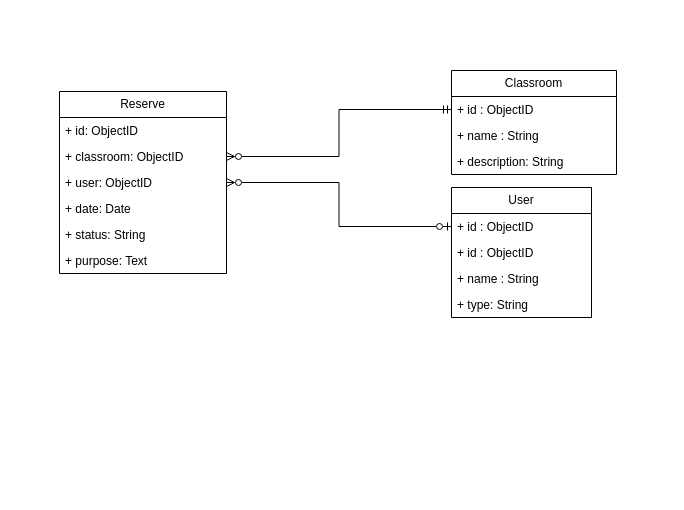
Before: docs/DataModel.drawio in Andr3xDev/ISIBook, a draw.io diagram. Source tidied: cells renumbered, new cells numbered last; positions are measured from the earlier drawing's top-left corner, leaving out a move shared by most shapes. Both pictures are drawn from the tidied source at 100%, with x=0, y=0 at pixel (59, 70).
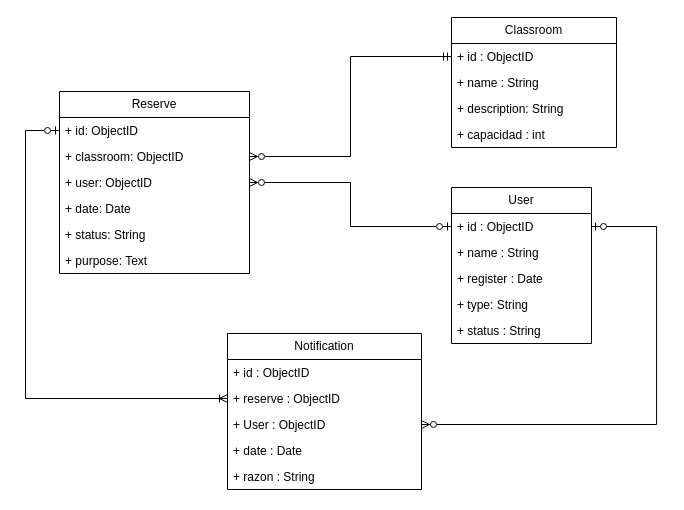
The same page after the edit.

Unchanged cells that the change refers to:
```xml
<mxCell id="7" value="&lt;div&gt;+ id : ObjectID&lt;/div&gt;" style="text;strokeColor=none;fillColor=none;align=left;verticalAlign=top;spacingLeft=4;spacingRight=4;overflow=hidden;points=[[0,0.5],[1,0.5]];portConstraint=eastwest;whiteSpace=wrap;html=1;labelBackgroundColor=none;rounded=0;" parent="6" vertex="1">
  <mxGeometry y="26" width="140" height="26" as="geometry" />
</mxCell>
```

What changed in the source:
```diff
@@
     <mxCell id="2" value="&lt;div&gt;Classroom&lt;/div&gt;" style="swimlane;fontStyle=0;horizontal=1;startSize=26;fillColor=none;whiteSpace=wrap;html=1;labelBackgroundColor=none;rounded=0;" parent="1" vertex="1">
-      <mxGeometry x="392" width="165" height="104" as="geometry" />
+      <mxGeometry x="392" y="-53" width="165" height="130" as="geometry" />
     </mxCell>
@@
+    <mxCell id="20" value="&lt;div&gt;+ capacidad : int&lt;/div&gt;" style="text;strokeColor=none;fillColor=none;align=left;verticalAlign=top;spacingLeft=4;spacingRight=4;overflow=hidden;whiteSpace=wrap;html=1;labelBackgroundColor=none;rounded=0;" parent="2" vertex="1">
+      <mxGeometry y="104" width="165" height="26" as="geometry" />
+    </mxCell>
     <mxCell id="6" value="&lt;div&gt;User&lt;/div&gt;" style="swimlane;fontStyle=0;horizontal=1;startSize=26;fillColor=none;whiteSpace=wrap;html=1;labelBackgroundColor=none;rounded=0;" parent="1" vertex="1">
-      <mxGeometry x="392" y="117" width="140" height="130" as="geometry" />
+      <mxGeometry x="392" y="117" width="140" height="156" as="geometry" />
     </mxCell>
@@
+    <mxCell id="9" value="+ name : String" style="text;strokeColor=none;fillColor=none;align=left;verticalAlign=top;spacingLeft=4;spacingRight=4;overflow=hidden;whiteSpace=wrap;html=1;labelBackgroundColor=none;rounded=0;" parent="6" vertex="1">
+      <mxGeometry y="52" width="140" height="26" as="geometry" />
+    </mxCell>
-    <mxCell id="8" value="&lt;div&gt;+ id : ObjectID&lt;/div&gt;" style="text;strokeColor=none;fillColor=none;align=left;verticalAlign=top;spacingLeft=4;spacingRight=4;overflow=hidden;whiteSpace=wrap;html=1;labelBackgroundColor=none;rounded=0;" parent="6" vertex="1">
-      <mxGeometry y="52" width="140" height="26" as="geometry" />
+    <mxCell id="8" value="&lt;div&gt;+ register : Date&lt;/div&gt;" style="text;strokeColor=none;fillColor=none;align=left;verticalAlign=top;spacingLeft=4;spacingRight=4;overflow=hidden;whiteSpace=wrap;html=1;labelBackgroundColor=none;rounded=0;" parent="6" vertex="1">
+      <mxGeometry y="78" width="140" height="26" as="geometry" />
     </mxCell>
-    <mxCell id="9" value="+ name : String" style="text;strokeColor=none;fillColor=none;align=left;verticalAlign=top;spacingLeft=4;spacingRight=4;overflow=hidden;whiteSpace=wrap;html=1;labelBackgroundColor=none;rounded=0;" parent="6" vertex="1">
-      <mxGeometry y="78" width="140" height="26" as="geometry" />
-    </mxCell>
@@
+    <mxCell id="21" value="+ status : String" style="text;strokeColor=none;fillColor=none;align=left;verticalAlign=top;spacingLeft=4;spacingRight=4;overflow=hidden;whiteSpace=wrap;html=1;labelBackgroundColor=none;rounded=0;" parent="6" vertex="1">
+      <mxGeometry y="130" width="140" height="26" as="geometry" />
+    </mxCell>
     <mxCell id="11" value="Reserve" style="swimlane;fontStyle=0;horizontal=1;startSize=26;fillColor=none;whiteSpace=wrap;html=1;labelBackgroundColor=none;rounded=0;" parent="1" vertex="1">
-      <mxGeometry y="21" width="167" height="182" as="geometry" />
+      <mxGeometry y="21" width="190" height="182" as="geometry" />
     </mxCell>
     <mxCell id="12" value="&lt;div&gt;+ id: ObjectID&lt;/div&gt;" style="text;strokeColor=none;fillColor=none;align=left;verticalAlign=top;spacingLeft=4;spacingRight=4;overflow=hidden;points=[[0,0.5],[1,0.5]];portConstraint=eastwest;whiteSpace=wrap;html=1;labelBackgroundColor=none;rounded=0;" parent="11" vertex="1">
-      <mxGeometry y="26" width="167" height="26" as="geometry" />
+      <mxGeometry y="26" width="190" height="26" as="geometry" />
     </mxCell>
     <mxCell id="13" value="&lt;div&gt;+ classroom: ObjectID&lt;/div&gt;" style="text;strokeColor=none;fillColor=none;align=left;verticalAlign=top;spacingLeft=4;spacingRight=4;overflow=hidden;points=[[0,0.5],[1,0.5]];portConstraint=eastwest;whiteSpace=wrap;html=1;labelBackgroundColor=none;rounded=0;" parent="11" vertex="1">
-      <mxGeometry y="52" width="167" height="26" as="geometry" />
+      <mxGeometry y="52" width="190" height="26" as="geometry" />
     </mxCell>
     <mxCell id="14" value="&lt;div&gt;+ user: ObjectID&lt;/div&gt;" style="text;strokeColor=none;fillColor=none;align=left;verticalAlign=top;spacingLeft=4;spacingRight=4;overflow=hidden;points=[[0,0.5],[1,0.5]];portConstraint=eastwest;whiteSpace=wrap;html=1;labelBackgroundColor=none;rounded=0;" parent="11" vertex="1">
-      <mxGeometry y="78" width="167" height="26" as="geometry" />
+      <mxGeometry y="78" width="190" height="26" as="geometry" />
     </mxCell>
     <mxCell id="15" value="&lt;div&gt;+ date: Date&lt;/div&gt;" style="text;strokeColor=none;fillColor=none;align=left;verticalAlign=top;spacingLeft=4;spacingRight=4;overflow=hidden;whiteSpace=wrap;html=1;labelBackgroundColor=none;rounded=0;" parent="11" vertex="1">
-      <mxGeometry y="104" width="167" height="26" as="geometry" />
+      <mxGeometry y="104" width="190" height="26" as="geometry" />
     </mxCell>
     <mxCell id="16" value="&lt;div&gt;+ status: String&lt;/div&gt;" style="text;strokeColor=none;fillColor=none;align=left;verticalAlign=top;spacingLeft=4;spacingRight=4;overflow=hidden;whiteSpace=wrap;html=1;labelBackgroundColor=none;rounded=0;" parent="11" vertex="1">
-      <mxGeometry y="130" width="167" height="26" as="geometry" />
+      <mxGeometry y="130" width="190" height="26" as="geometry" />
     </mxCell>
     <mxCell id="17" value="&lt;div&gt;+ purpose: Text&lt;/div&gt;" style="text;strokeColor=none;fillColor=none;align=left;verticalAlign=top;spacingLeft=4;spacingRight=4;overflow=hidden;whiteSpace=wrap;html=1;labelBackgroundColor=none;rounded=0;" parent="11" vertex="1">
-      <mxGeometry y="156" width="167" height="26" as="geometry" />
+      <mxGeometry y="156" width="190" height="26" as="geometry" />
     </mxCell>
@@
+    <mxCell id="22" value="Notification" style="swimlane;fontStyle=0;horizontal=1;startSize=26;fillColor=none;whiteSpace=wrap;html=1;" parent="1" vertex="1">
+      <mxGeometry x="168" y="263" width="194" height="156" as="geometry" />
+    </mxCell>
+    <mxCell id="23" value="&lt;div&gt;+ id : ObjectID&lt;/div&gt;" style="text;strokeColor=none;fillColor=none;align=left;verticalAlign=top;spacingLeft=4;spacingRight=4;overflow=hidden;whiteSpace=wrap;html=1;" parent="22" vertex="1">
+      <mxGeometry y="26" width="194" height="26" as="geometry" />
+    </mxCell>
+    <mxCell id="24" value="&lt;div&gt;+ reserve : ObjectID&lt;/div&gt;" style="text;strokeColor=none;fillColor=none;align=left;verticalAlign=top;spacingLeft=4;spacingRight=4;overflow=hidden;points=[[0,0.5],[1,0.5]];portConstraint=eastwest;whiteSpace=wrap;html=1;labelBackgroundColor=none;rounded=0;" parent="22" vertex="1">
+      <mxGeometry y="52" width="194" height="26" as="geometry" />
+    </mxCell>
+    <mxCell id="25" value="&lt;div&gt;+ User : ObjectID&lt;/div&gt;" style="text;strokeColor=none;fillColor=none;align=left;verticalAlign=top;spacingLeft=4;spacingRight=4;overflow=hidden;points=[[0,0.5],[1,0.5]];portConstraint=eastwest;whiteSpace=wrap;html=1;" parent="22" vertex="1">
+      <mxGeometry y="78" width="194" height="26" as="geometry" />
+    </mxCell>
+    <mxCell id="26" value="&lt;div&gt;+ date : Date&lt;/div&gt;" style="text;strokeColor=none;fillColor=none;align=left;verticalAlign=top;spacingLeft=4;spacingRight=4;overflow=hidden;whiteSpace=wrap;html=1;" parent="22" vertex="1">
+      <mxGeometry y="104" width="194" height="26" as="geometry" />
+    </mxCell>
+    <mxCell id="27" value="&lt;div&gt;+ razon : String&lt;/div&gt;" style="text;strokeColor=none;fillColor=none;align=left;verticalAlign=top;spacingLeft=4;spacingRight=4;overflow=hidden;whiteSpace=wrap;html=1;" parent="22" vertex="1">
+      <mxGeometry y="130" width="194" height="26" as="geometry" />
+    </mxCell>
+    <mxCell id="28" style="edgeStyle=orthogonalEdgeStyle;rounded=0;jettySize=auto;html=1;exitX=1;exitY=0.5;exitDx=0;exitDy=0;endArrow=ERzeroToOne;endFill=0;startArrow=ERzeroToMany;startFill=0;entryX=1;entryY=0.5;entryDx=0;entryDy=0;" parent="1" edge="1" source="25" target="7">
+      <mxGeometry relative="1" as="geometry">
+        <Array as="points">
+          <mxPoint x="597.1" y="354" />
+          <mxPoint x="597.1" y="156" />
+        </Array>
+      </mxGeometry>
+    </mxCell>
+    <mxCell id="29" style="edgeStyle=orthogonalEdgeStyle;rounded=0;jettySize=auto;html=1;exitX=0;exitY=0.5;exitDx=0;exitDy=0;entryX=0;entryY=0.5;entryDx=0;entryDy=0;endArrow=ERzeroToOne;endFill=0;startArrow=ERoneToMany;startFill=0;" parent="1" edge="1" source="24" target="12">
+      <mxGeometry relative="1" as="geometry">
+        <Array as="points">
+          <mxPoint x="-34" y="328" />
+          <mxPoint x="-34" y="60" />
+        </Array>
+      </mxGeometry>
+    </mxCell>
```
